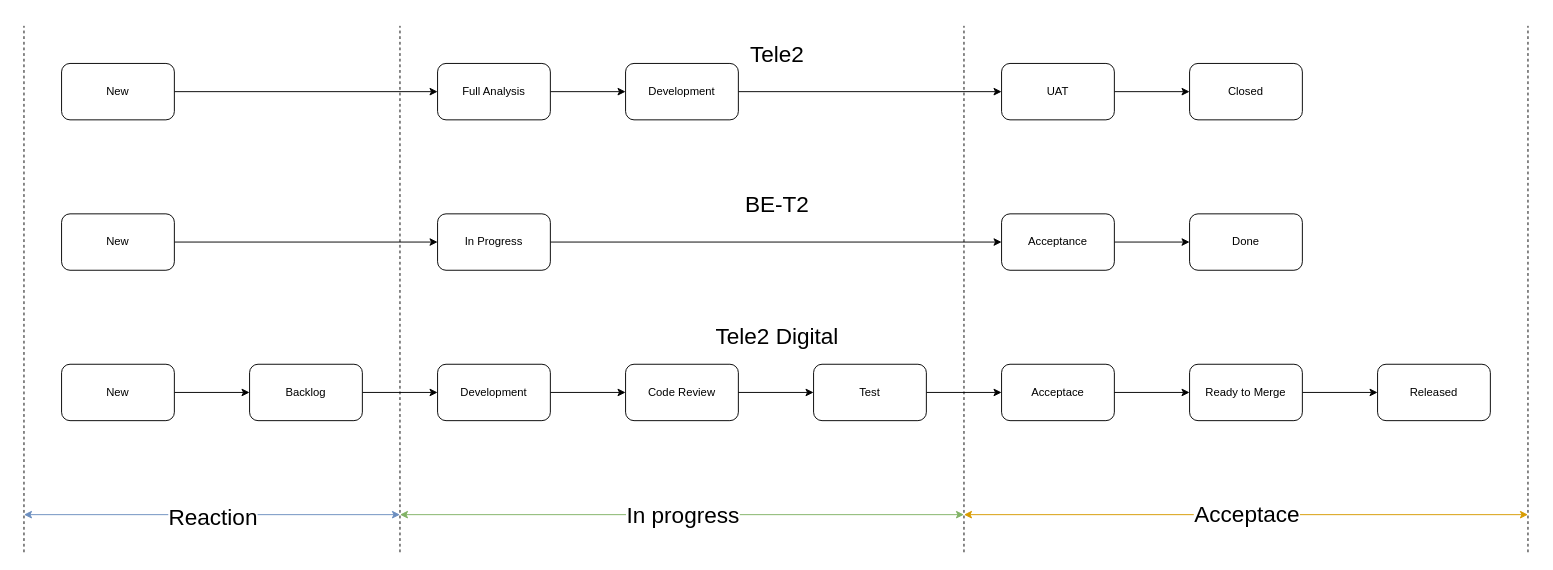
This is Требование.drawio from werthwerth/Diagrams, a draw.io file, before an edit. Source tidied: cells renumbered, new cells numbered last; positions are measured from the earlier drawing's top-left corner, leaving out a move shared by most shapes. Both pictures are drawn from the tidied source at 94%, with x=0, y=0 at pixel (24, 25).
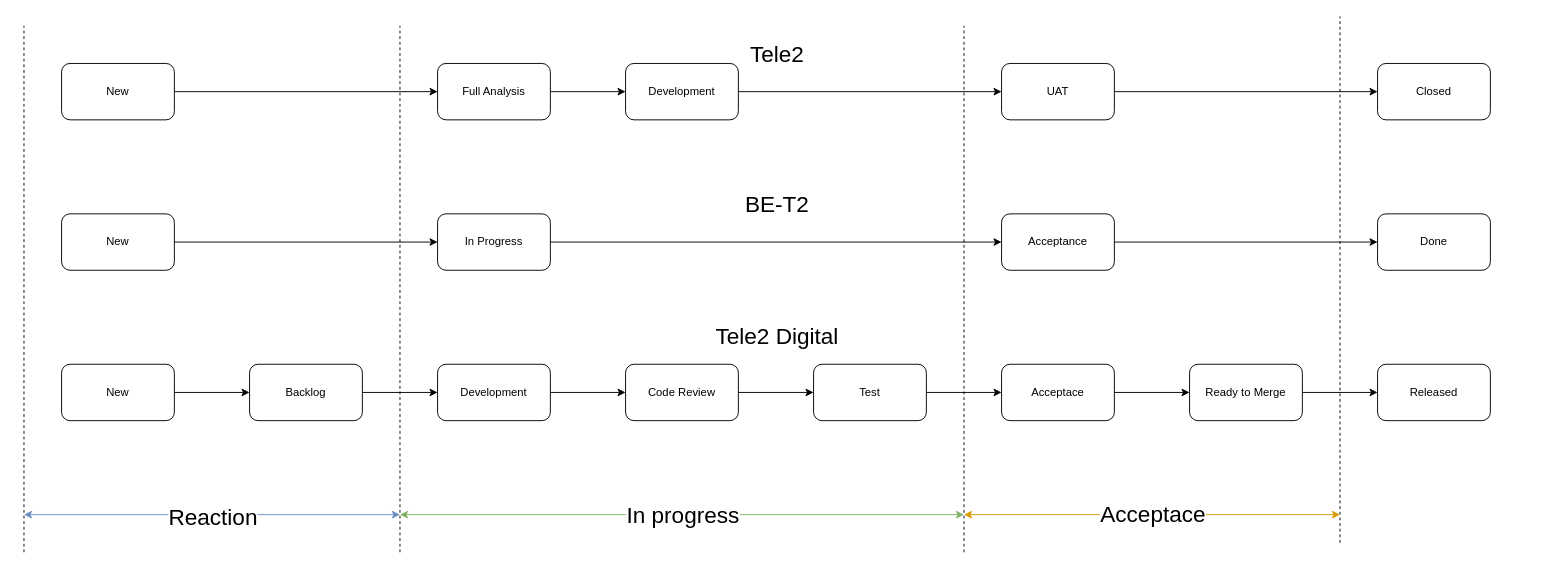
The same page after the edit.

The edit, as a diff of the source:
```diff
@@
     <mxCell id="10" value="&lt;div&gt;Closed&lt;/div&gt;" style="rounded=1;whiteSpace=wrap;html=1;" parent="1" vertex="1">
-      <mxGeometry x="1240" y="40" width="120" height="60" as="geometry" />
+      <mxGeometry x="1440" y="40" width="120" height="60" as="geometry" />
     </mxCell>
@@
     <mxCell id="17" value="Done" style="rounded=1;whiteSpace=wrap;html=1;" parent="1" vertex="1">
-      <mxGeometry x="1240" y="200" width="120" height="60" as="geometry" />
+      <mxGeometry x="1440" y="200" width="120" height="60" as="geometry" />
     </mxCell>
@@
     <mxCell id="30" style="endArrow=none;dashed=1;html=1;rounded=0;" parent="1" edge="1">
       <mxGeometry relative="1" as="geometry">
-        <mxPoint x="1600" y="560" as="sourcePoint" />
-        <mxPoint x="1600" as="targetPoint" />
+        <mxPoint x="1400" y="550" as="sourcePoint" />
+        <mxPoint x="1400" y="-10" as="targetPoint" />
       </mxGeometry>
     </mxCell>
@@
     <mxCell id="38" style="endArrow=classic;startArrow=classic;html=1;rounded=0;fillColor=#ffe6cc;strokeColor=#d79b00;fontSize=24;" parent="1" edge="1">
       <mxGeometry relative="1" as="geometry">
         <mxPoint x="1000" y="520" as="sourcePoint" />
-        <mxPoint x="1600" y="520" as="targetPoint" />
+        <mxPoint x="1400" y="520" as="targetPoint" />
       </mxGeometry>
     </mxCell>
@@
+    <mxCell id="46" style="endArrow=none;dashed=1;html=1;rounded=0;strokeColor=#000000;" parent="1" edge="1">
+      <mxGeometry relative="1" as="geometry">
+        <mxPoint x="1600" y="-10" as="sourcePoint" />
+        <mxPoint x="1600" y="-10" as="targetPoint" />
+      </mxGeometry>
+    </mxCell>
```
